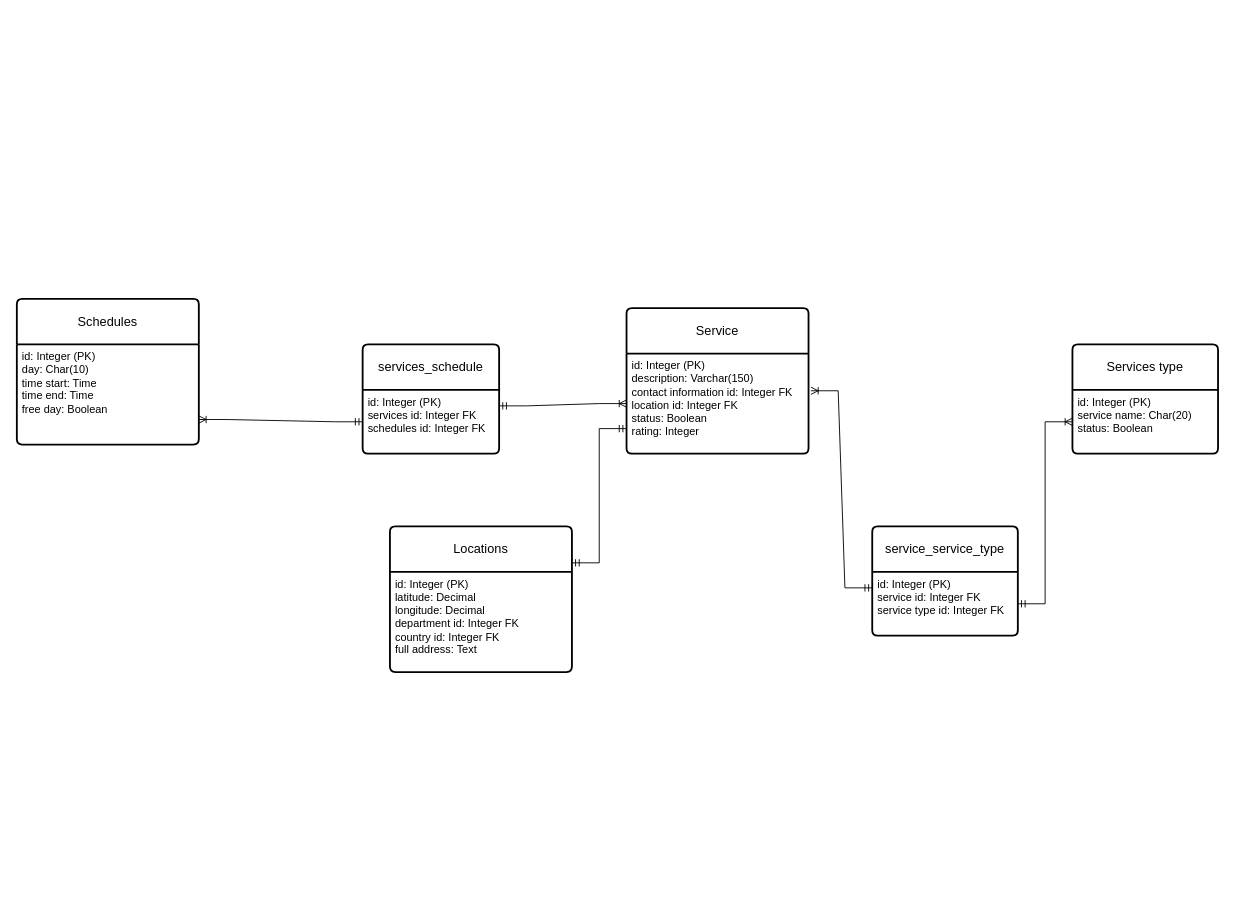
This is caminoDiagrams/Diagrama fisico.drawio from DrDaxter/diagrams, a draw.io file, before an edit. Source tidied: cells renumbered, new cells numbered last; positions are measured from the earlier drawing's top-left corner, leaving out a move shared by most shapes. Both pictures are drawn from the tidied source at 91%, with x=0, y=0 at pixel (16, 298).
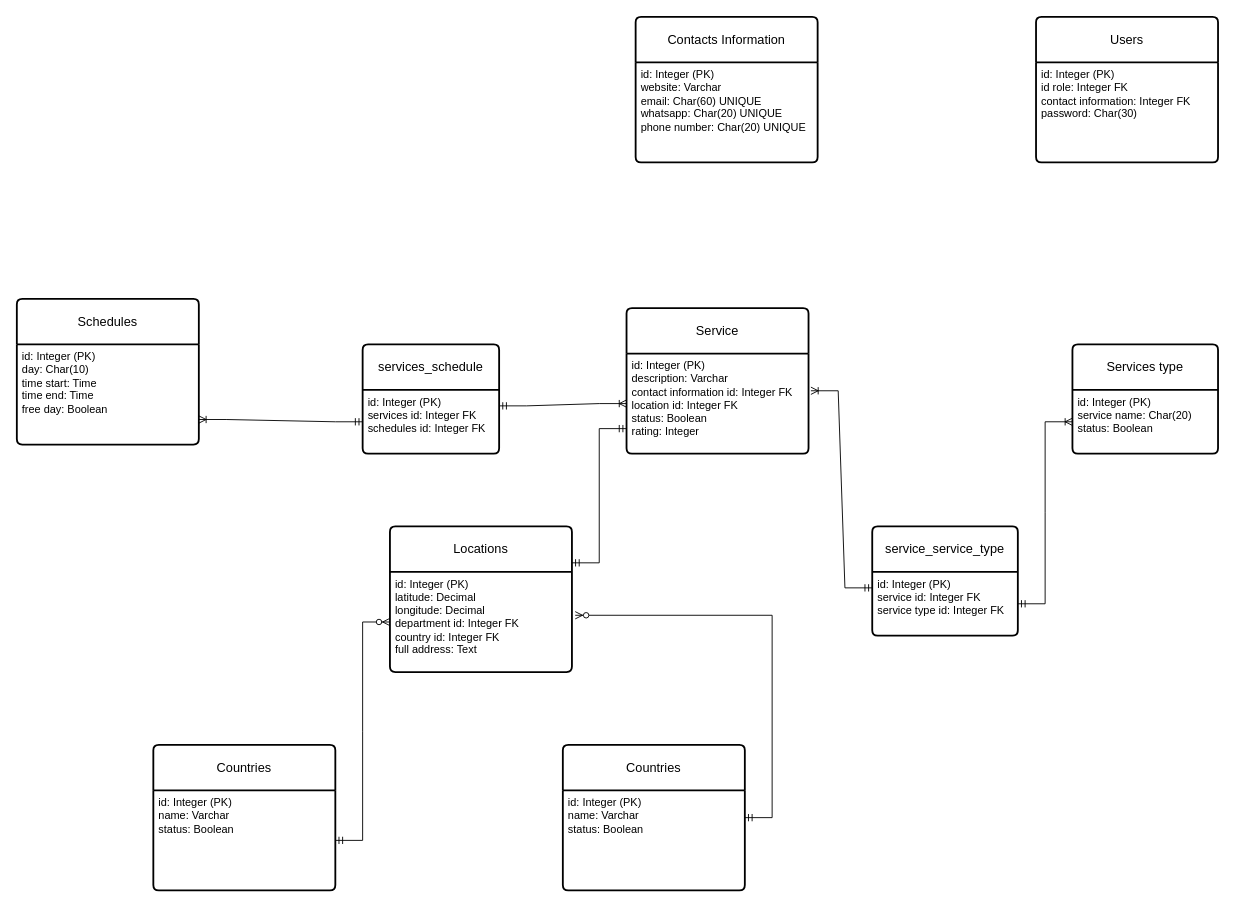
After the change.

Unchanged cells that the change refers to:
```xml
<mxCell id="2" value="Service" style="swimlane;horizontal=1;startSize=50;rounded=1;fontSize=14;fontStyle=0;strokeWidth=2;shadow=0;dashed=0;align=center;arcSize=4;whiteSpace=wrap;html=1;" parent="1" vertex="1">
  <mxGeometry x="670" y="10" width="200" height="160" as="geometry" />
</mxCell>
<mxCell id="17" value="id: Integer (PK)&lt;br&gt;latitude: Decimal&lt;br&gt;longitude: Decimal&lt;br&gt;department id: Integer FK&lt;br&gt;country id: Integer FK&lt;br&gt;full address: Text" style="align=left;strokeColor=none;fillColor=none;spacingLeft=4;fontSize=12;verticalAlign=top;html=1;" parent="16" vertex="1">
  <mxGeometry y="50" width="200" height="110" as="geometry" />
</mxCell>
```

What changed in the source:
```diff
@@
-    <mxCell id="3" value="id: Integer (PK)&lt;br&gt;description: Varchar(150)&lt;br&gt;contact information id: Integer FK&lt;br&gt;location id: Integer FK&lt;br&gt;status: Boolean&lt;br&gt;rating: Integer&amp;nbsp;" style="align=left;strokeColor=none;fillColor=none;spacingLeft=4;fontSize=12;verticalAlign=top;html=1;" parent="2" vertex="1">
+    <mxCell id="3" value="id: Integer (PK)&lt;br&gt;description: Varchar&lt;br&gt;contact information id: Integer FK&lt;br&gt;location id: Integer FK&lt;br&gt;status: Boolean&lt;br&gt;rating: Integer&amp;nbsp;" style="align=left;strokeColor=none;fillColor=none;spacingLeft=4;fontSize=12;verticalAlign=top;html=1;" parent="2" vertex="1">
       <mxGeometry y="50" width="200" height="110" as="geometry" />
     </mxCell>
@@
+    <mxCell id="19" value="Countries" style="swimlane;horizontal=1;startSize=50;rounded=1;fontSize=14;fontStyle=0;strokeWidth=2;shadow=0;dashed=0;align=center;arcSize=4;whiteSpace=wrap;html=1;" parent="1" vertex="1">
+      <mxGeometry x="150" y="490" width="200" height="160" as="geometry" />
+    </mxCell>
+    <mxCell id="20" value="id: Integer (PK)&lt;br&gt;name: Varchar&lt;br&gt;status: Boolean" style="align=left;strokeColor=none;fillColor=none;spacingLeft=4;fontSize=12;verticalAlign=top;html=1;" parent="19" vertex="1">
+      <mxGeometry y="50" width="200" height="110" as="geometry" />
+    </mxCell>
+    <mxCell id="21" style="edgeStyle=entityRelationEdgeStyle;fontSize=12;html=1;endArrow=ERzeroToMany;startArrow=ERmandOne;rounded=0;exitX=1;exitY=0.5;exitDx=0;exitDy=0;entryX=0;entryY=0.5;entryDx=0;entryDy=0;" parent="1" edge="1" source="20" target="17">
+      <mxGeometry relative="1" as="geometry" />
+    </mxCell>
+    <mxCell id="22" value="Countries" style="swimlane;horizontal=1;startSize=50;rounded=1;fontSize=14;fontStyle=0;strokeWidth=2;shadow=0;dashed=0;align=center;arcSize=4;whiteSpace=wrap;html=1;" parent="1" vertex="1">
+      <mxGeometry x="600" y="490" width="200" height="160" as="geometry" />
+    </mxCell>
+    <mxCell id="23" value="id: Integer (PK)&lt;br&gt;name: Varchar&lt;br&gt;status: Boolean" style="align=left;strokeColor=none;fillColor=none;spacingLeft=4;fontSize=12;verticalAlign=top;html=1;" parent="22" vertex="1">
+      <mxGeometry y="50" width="200" height="110" as="geometry" />
+    </mxCell>
+    <mxCell id="24" style="edgeStyle=entityRelationEdgeStyle;fontSize=12;html=1;endArrow=ERzeroToMany;startArrow=ERmandOne;rounded=0;entryX=1.018;entryY=0.433;entryDx=0;entryDy=0;entryPerimeter=0;" parent="1" edge="1" source="22" target="17">
+      <mxGeometry relative="1" as="geometry" />
+    </mxCell>
+    <mxCell id="25" value="Contacts Information" style="swimlane;horizontal=1;startSize=50;rounded=1;fontSize=14;fontStyle=0;strokeWidth=2;shadow=0;dashed=0;align=center;arcSize=4;whiteSpace=wrap;html=1;" parent="1" vertex="1">
+      <mxGeometry x="680" y="-310" width="200" height="160" as="geometry" />
+    </mxCell>
+    <mxCell id="26" value="id: Integer (PK)&lt;br&gt;website: Varchar&lt;br&gt;email: Char(60) UNIQUE&lt;br&gt;whatsapp: Char(20) UNIQUE&lt;br&gt;phone number: Char(20) UNIQUE" style="align=left;strokeColor=none;fillColor=none;spacingLeft=4;fontSize=12;verticalAlign=top;html=1;" parent="25" vertex="1">
+      <mxGeometry y="50" width="200" height="110" as="geometry" />
+    </mxCell>
+    <mxCell id="27" value="Users" style="swimlane;horizontal=1;startSize=50;rounded=1;fontSize=14;fontStyle=0;strokeWidth=2;shadow=0;dashed=0;align=center;arcSize=4;whiteSpace=wrap;html=1;" parent="1" vertex="1">
+      <mxGeometry x="1120" y="-310" width="200" height="160" as="geometry" />
+    </mxCell>
+    <mxCell id="28" value="id: Integer (PK)&lt;br&gt;id role: Integer FK&lt;br&gt;contact information: Integer FK&lt;br&gt;password: Char(30)&lt;br&gt;" style="align=left;strokeColor=none;fillColor=none;spacingLeft=4;fontSize=12;verticalAlign=top;html=1;" parent="27" vertex="1">
+      <mxGeometry y="50" width="200" height="110" as="geometry" />
+    </mxCell>
```
